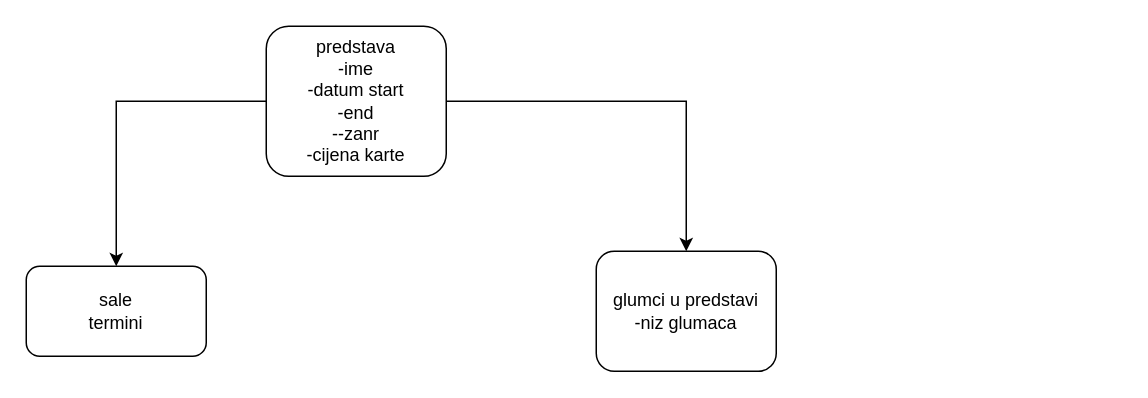
This is Untitled Diagram.drawio from stashat/Test, a draw.io file, before an edit. Source tidied: cells renumbered, new cells numbered last; positions are measured from the earlier drawing's top-left corner, leaving out a move shared by most shapes. Both pictures are drawn from the tidied source at 150%, with x=0, y=0 at pixel (26, 26).
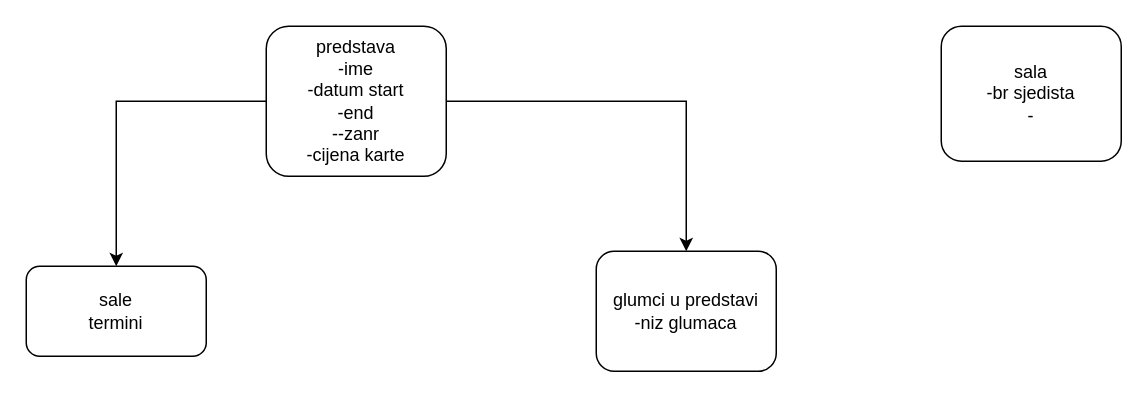
Above is the later version.

The edit, as a diff of the source:
```diff
@@
 <mxGraphModel>
   <root>
     <mxCell id="0" />
     <mxCell id="1" parent="0" />
     <mxCell id="2" style="edgeStyle=orthogonalEdgeStyle;rounded=0;jettySize=auto;html=1;" parent="1" edge="1" source="4" target="5">
       <mxGeometry relative="1" as="geometry" />
     </mxCell>
     <mxCell id="3" style="edgeStyle=orthogonalEdgeStyle;rounded=0;jettySize=auto;html=1;" parent="1" edge="1" source="4" target="6">
       <mxGeometry relative="1" as="geometry" />
     </mxCell>
     <mxCell id="4" value="predstava&lt;br&gt;-ime&lt;br&gt;-datum start&lt;br&gt;-end&lt;br&gt;--zanr&lt;br&gt;-cijena karte" style="rounded=1;whiteSpace=wrap;html=1;" parent="1" vertex="1">
       <mxGeometry x="160" width="120" height="100" as="geometry" />
     </mxCell>
     <mxCell id="5" value="glumci u predstavi&lt;br&gt;-niz glumaca" style="whiteSpace=wrap;html=1;rounded=1;" parent="1" vertex="1">
       <mxGeometry x="380" y="150" width="120" height="80" as="geometry" />
     </mxCell>
     <mxCell id="6" value="sale&lt;br&gt;termini" style="whiteSpace=wrap;html=1;rounded=1;" parent="1" vertex="1">
       <mxGeometry y="160" width="120" height="60" as="geometry" />
     </mxCell>
+    <mxCell id="7" value="sala&lt;br&gt;-br sjedista&lt;br&gt;-" style="rounded=1;whiteSpace=wrap;html=1;" parent="1" vertex="1">
+      <mxGeometry x="610" width="120" height="90" as="geometry" />
+    </mxCell>
   </root>
 </mxGraphModel>
```
